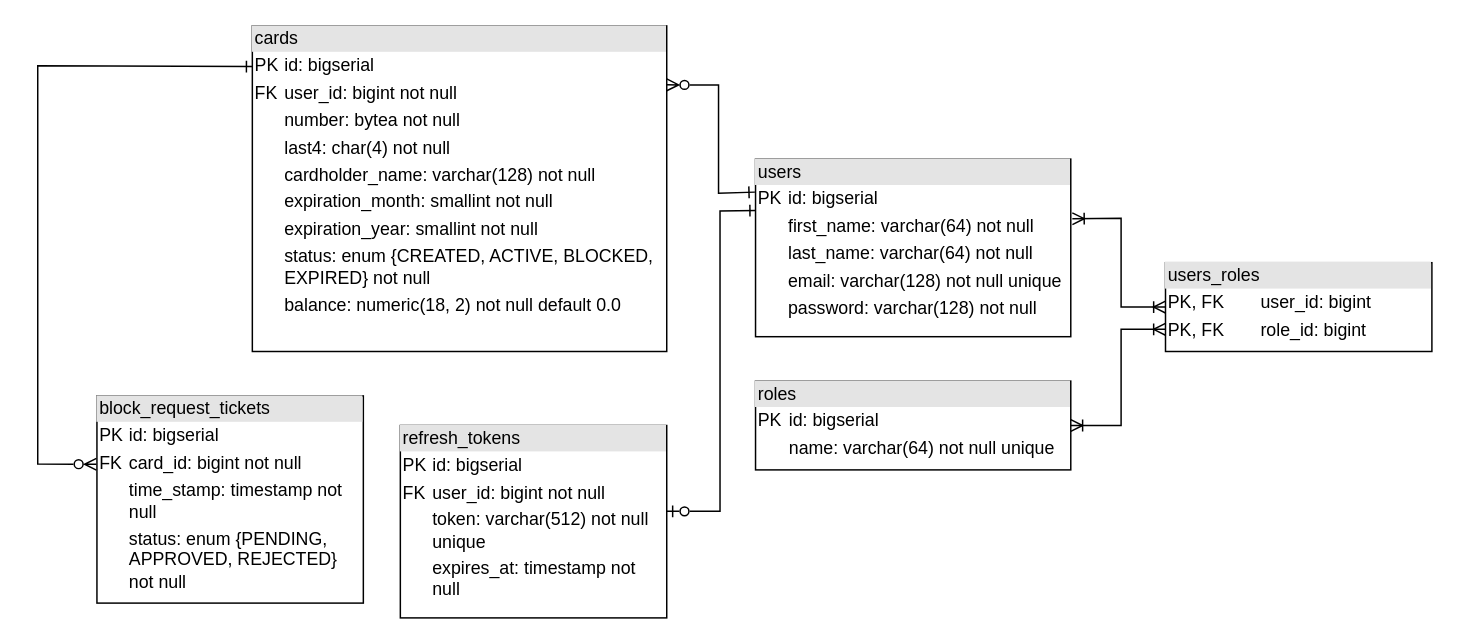
This is docs/er-diagram.drawio from troublegale/bank-rest, a draw.io file, before an edit. Source tidied: cells renumbered, new cells numbered last; positions are measured from the earlier drawing's top-left corner, leaving out a move shared by most shapes. Both pictures are drawn from the tidied source at 148%, with x=0, y=0 at pixel (37, 25).
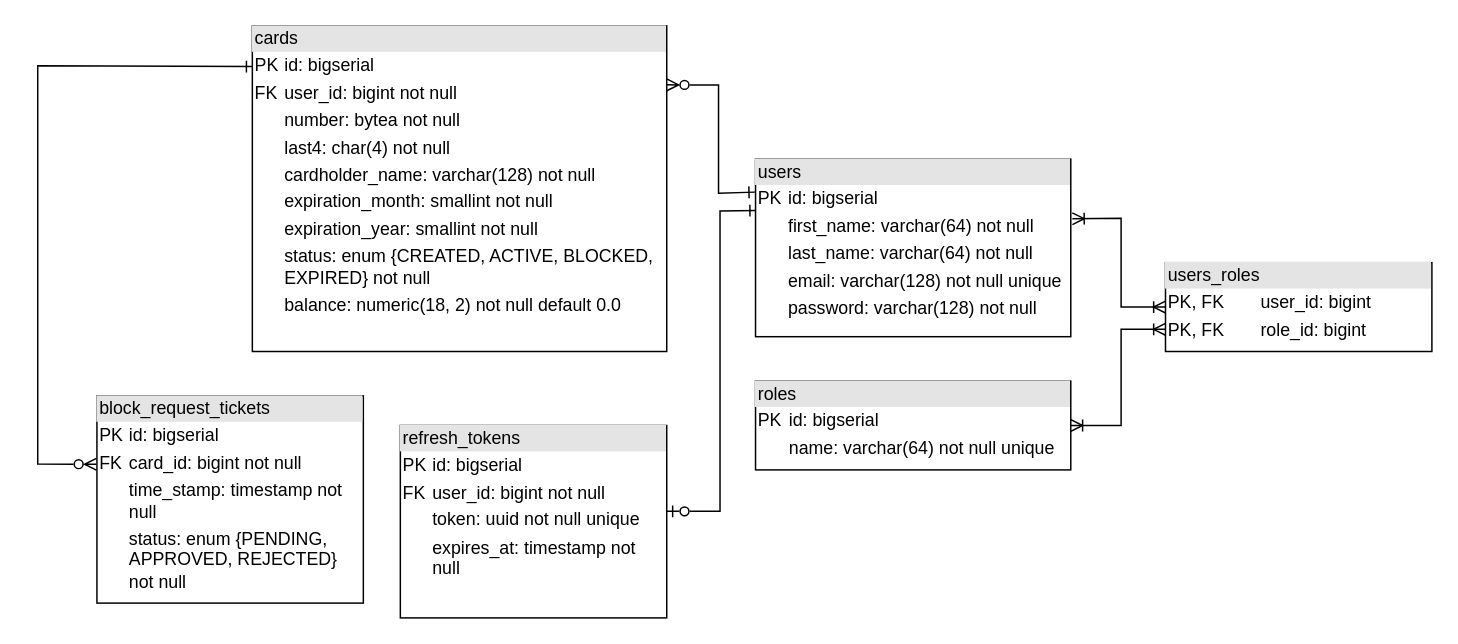
Above is the later version.

Commit message (it also covers changes not shown here):
refactor: 🧶 changed refresh token type to uuid

Diff of the diagram source:
```diff
@@
-    <mxCell id="9" value="&lt;div style=&quot;box-sizing: border-box; width: 100%; background: rgb(228, 228, 228); padding: 2px;&quot;&gt;refresh_tokens&lt;/div&gt;&lt;table style=&quot;width:100%;font-size:1em;&quot; cellpadding=&quot;2&quot; cellspacing=&quot;0&quot;&gt;&lt;tbody&gt;&lt;tr&gt;&lt;td&gt;PK&lt;/td&gt;&lt;td&gt;id: bigserial&lt;/td&gt;&lt;/tr&gt;&lt;tr&gt;&lt;td&gt;FK&lt;/td&gt;&lt;td&gt;user_id: bigint not null&lt;/td&gt;&lt;/tr&gt;&lt;tr&gt;&lt;td&gt;&lt;/td&gt;&lt;td&gt;token: varchar(512) not null unique&lt;/td&gt;&lt;/tr&gt;&lt;tr&gt;&lt;td&gt;&lt;br&gt;&lt;/td&gt;&lt;td&gt;expires_at: timestamp not null&lt;/td&gt;&lt;/tr&gt;&lt;/tbody&gt;&lt;/table&gt;" style="verticalAlign=top;align=left;overflow=fill;html=1;whiteSpace=wrap;" parent="1" vertex="1">
+    <mxCell id="9" value="&lt;div style=&quot;box-sizing: border-box; width: 100%; background: rgb(228, 228, 228); padding: 2px;&quot;&gt;refresh_tokens&lt;/div&gt;&lt;table style=&quot;width:100%;font-size:1em;&quot; cellpadding=&quot;2&quot; cellspacing=&quot;0&quot;&gt;&lt;tbody&gt;&lt;tr&gt;&lt;td&gt;PK&lt;/td&gt;&lt;td&gt;id: bigserial&lt;/td&gt;&lt;/tr&gt;&lt;tr&gt;&lt;td&gt;FK&lt;/td&gt;&lt;td&gt;user_id: bigint not null&lt;/td&gt;&lt;/tr&gt;&lt;tr&gt;&lt;td&gt;&lt;/td&gt;&lt;td&gt;token: uuid not null unique&lt;/td&gt;&lt;/tr&gt;&lt;tr&gt;&lt;td&gt;&lt;br&gt;&lt;/td&gt;&lt;td&gt;expires_at: timestamp not null&lt;/td&gt;&lt;/tr&gt;&lt;/tbody&gt;&lt;/table&gt;" style="verticalAlign=top;align=left;overflow=fill;html=1;whiteSpace=wrap;" parent="1" vertex="1">
       <mxGeometry x="245" y="270" width="180" height="130" as="geometry" />
     </mxCell>
```
